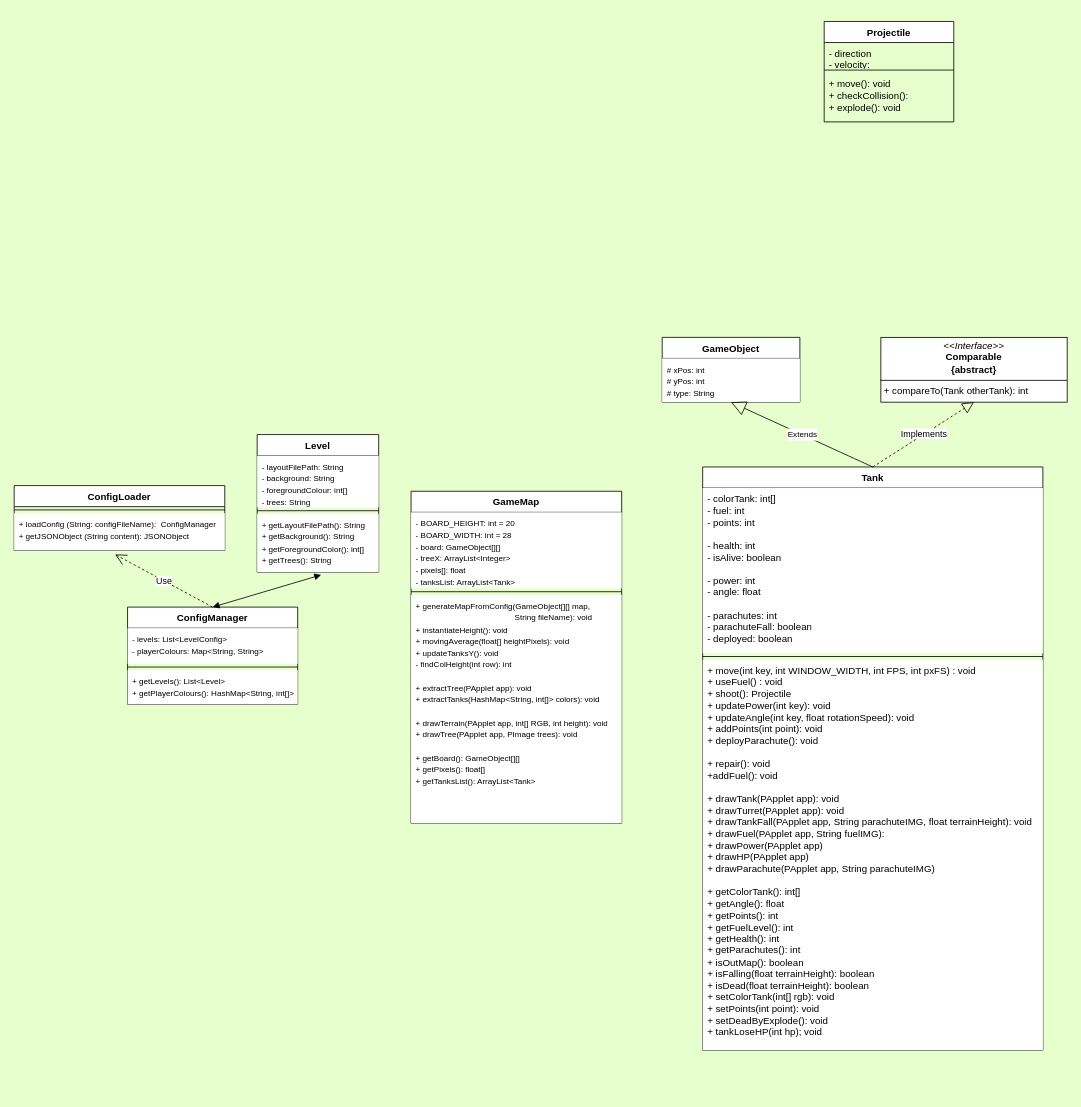
The draw.io diagram Tanks Layout.drawio in NguyenChHieu/Tanks, before the edit. Source tidied: cells renumbered, new cells numbered last; positions are measured from the earlier drawing's top-left corner, leaving out a move shared by most shapes. Both pictures are drawn from the tidied source at 81%, with x=0, y=0 at pixel (14, 21).
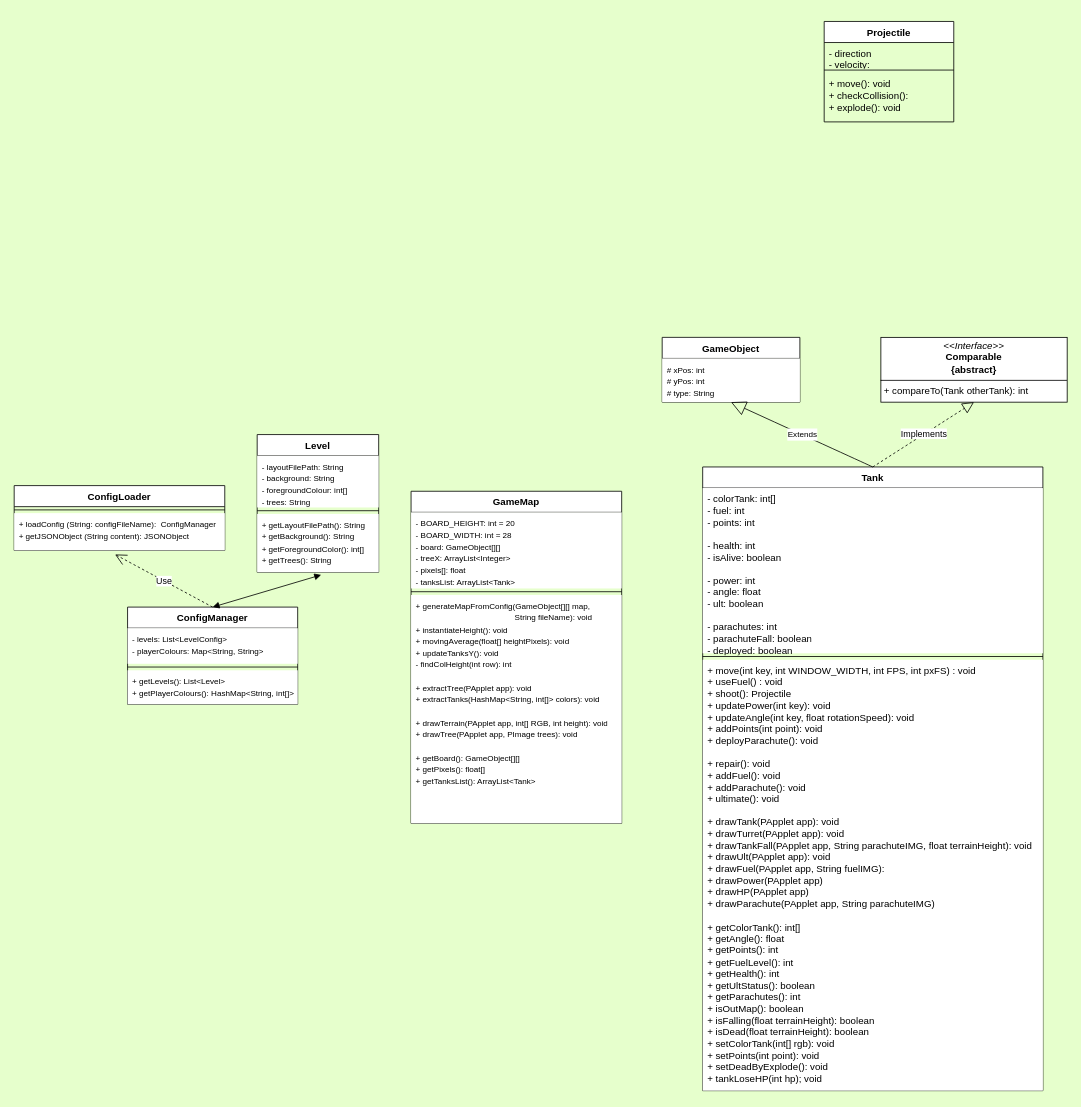
Above is the later version.

What changed in the source:
```diff
@@
     <mxCell id="2" value="Tank" style="swimlane;fontStyle=1;align=center;verticalAlign=top;horizontal=1;startSize=26;whiteSpace=wrap;html=1;" parent="1" vertex="1">
-      <mxGeometry x="850" y="550" width="420" height="720" as="geometry" />
+      <mxGeometry x="850" y="550" width="420" height="770" as="geometry" />
     </mxCell>
-    <mxCell id="3" value="&lt;div&gt;- colorTank: int[]&lt;/div&gt;&lt;div&gt;- fuel: int&lt;/div&gt;&lt;div&gt;- points: int&lt;/div&gt;&lt;div&gt;&lt;br&gt;&lt;/div&gt;&lt;div&gt;- health: int&lt;/div&gt;&lt;div&gt;- isAlive: boolean&lt;/div&gt;&lt;div&gt;&lt;br&gt;&lt;/div&gt;&lt;div&gt;- power: int&lt;/div&gt;&lt;div&gt;- angle: float&lt;/div&gt;&lt;div&gt;&lt;br&gt;&lt;/div&gt;&lt;div&gt;- parachutes: int&lt;/div&gt;&lt;div&gt;- parachuteFall: boolean&lt;/div&gt;&lt;div&gt;- deployed: boolean&lt;/div&gt;" style="text;strokeColor=none;fillColor=default;align=left;verticalAlign=top;spacingLeft=4;spacingRight=4;overflow=hidden;whiteSpace=wrap;html=1;" parent="2" vertex="1">
+    <mxCell id="3" value="&lt;div&gt;- colorTank: int[]&lt;/div&gt;&lt;div&gt;- fuel: int&lt;/div&gt;&lt;div&gt;- points: int&lt;/div&gt;&lt;div&gt;&lt;br&gt;&lt;/div&gt;&lt;div&gt;- health: int&lt;/div&gt;&lt;div&gt;- isAlive: boolean&lt;/div&gt;&lt;div&gt;&lt;br&gt;&lt;/div&gt;&lt;div&gt;- power: int&lt;/div&gt;&lt;div&gt;- angle: float&lt;/div&gt;&lt;div&gt;- ult: boolean&lt;/div&gt;&lt;div&gt;&lt;br&gt;&lt;/div&gt;&lt;div&gt;- parachutes: int&lt;/div&gt;&lt;div&gt;- parachuteFall: boolean&lt;/div&gt;&lt;div&gt;- deployed: boolean&lt;/div&gt;" style="text;strokeColor=none;fillColor=default;align=left;verticalAlign=top;spacingLeft=4;spacingRight=4;overflow=hidden;whiteSpace=wrap;html=1;" parent="2" vertex="1">
       <mxGeometry y="26" width="420" height="204" as="geometry" />
     </mxCell>
@@
-    <mxCell id="5" value="&lt;font style=&quot;font-size: 12px;&quot;&gt;+ &lt;font style=&quot;&quot;&gt;move(int key,&amp;nbsp;&lt;/font&gt;&lt;/font&gt;&lt;span style=&quot;background-color: initial;&quot;&gt;int WINDOW_WIDTH,&amp;nbsp;&lt;/span&gt;&lt;span style=&quot;background-color: initial;&quot;&gt;int FPS,&amp;nbsp;&lt;/span&gt;&lt;span style=&quot;background-color: initial;&quot;&gt;int pxFS) : void&lt;/span&gt;&lt;div&gt;&lt;div&gt;+ useFuel() : void&lt;/div&gt;&lt;div&gt;+ shoot(): Projectile&lt;/div&gt;&lt;div&gt;&lt;div&gt;+ updatePower(int key): void&lt;/div&gt;&lt;/div&gt;&lt;div&gt;+ updateAngle(int key,&amp;nbsp;&lt;span style=&quot;background-color: initial;&quot;&gt;float rotationSpeed): void&lt;/span&gt;&lt;/div&gt;&lt;div&gt;+ addPoints(int point): void&lt;/div&gt;&lt;div&gt;+ deployParachute(): void&lt;/div&gt;&lt;div&gt;&lt;br&gt;&lt;/div&gt;&lt;div&gt;+ repair(): void&lt;/div&gt;&lt;div&gt;+addFuel(): void&lt;/div&gt;&lt;div&gt;&lt;br&gt;&lt;/div&gt;&lt;div&gt;+ drawTank(PApplet app): void&lt;/div&gt;&lt;/div&gt;&lt;div&gt;+ drawTurret(PApplet app): void&lt;/div&gt;&lt;div&gt;+ drawTankFall(PApplet app,&amp;nbsp;&lt;span style=&quot;background-color: initial;&quot;&gt;String parachuteIMG,&amp;nbsp;&lt;/span&gt;&lt;span style=&quot;background-color: initial;&quot;&gt;float terrainHeight): void&lt;/span&gt;&lt;/div&gt;&lt;div&gt;+ drawFuel(PApplet app,&amp;nbsp;&lt;span style=&quot;background-color: initial;&quot;&gt;String fuelIMG):&amp;nbsp;&lt;/span&gt;&lt;/div&gt;&lt;div&gt;+ drawPower(PApplet app)&lt;/div&gt;&lt;div&gt;+ drawHP(PApplet app)&lt;/div&gt;&lt;div&gt;+ drawParachute(PApplet app, String&amp;nbsp;&lt;span style=&quot;background-color: initial;&quot;&gt;parachuteIMG&lt;/span&gt;&lt;span style=&quot;background-color: initial;&quot;&gt;)&lt;/span&gt;&lt;/div&gt;&lt;div&gt;&lt;br&gt;&lt;/div&gt;&lt;div&gt;+ getColorTank(): int[]&lt;/div&gt;&lt;div&gt;+ getAngle(): float&lt;/div&gt;&lt;div&gt;+ getPoints(): int&lt;/div&gt;&lt;div&gt;+ getFuelLevel(): int&lt;/div&gt;&lt;div&gt;+ getHealth(): int&lt;/div&gt;&lt;div&gt;+ getParachutes(): int&lt;/div&gt;&lt;div&gt;+ isOutMap(): boolean&lt;/div&gt;&lt;div&gt;+ isFalling(float terrainHeight): boolean&lt;/div&gt;&lt;div&gt;+ isDead(&lt;span style=&quot;background-color: initial;&quot;&gt;float terrainHeight&lt;/span&gt;&lt;span style=&quot;background-color: initial;&quot;&gt;): boolean&lt;/span&gt;&lt;/div&gt;&lt;div&gt;+ setColorTank(int[] rgb): void&lt;/div&gt;&lt;div&gt;+ setPoints(int point): void&lt;/div&gt;&lt;div&gt;+ setDeadByExplode(): void&lt;/div&gt;&lt;div&gt;+ tankLoseHP(int hp); void&lt;/div&gt;&lt;div&gt;&lt;br&gt;&lt;/div&gt;" style="text;strokeColor=none;fillColor=default;align=left;verticalAlign=top;spacingLeft=4;spacingRight=4;overflow=hidden;whiteSpace=wrap;html=1;" parent="2" vertex="1">
-      <mxGeometry y="238" width="420" height="482" as="geometry" />
+    <mxCell id="5" value="&lt;font style=&quot;font-size: 12px;&quot;&gt;+ &lt;font style=&quot;&quot;&gt;move(int key,&amp;nbsp;&lt;/font&gt;&lt;/font&gt;&lt;span style=&quot;background-color: initial;&quot;&gt;int WINDOW_WIDTH,&amp;nbsp;&lt;/span&gt;&lt;span style=&quot;background-color: initial;&quot;&gt;int FPS,&amp;nbsp;&lt;/span&gt;&lt;span style=&quot;background-color: initial;&quot;&gt;int pxFS) : void&lt;/span&gt;&lt;div&gt;&lt;div&gt;+ useFuel() : void&lt;/div&gt;&lt;div&gt;+ shoot(): Projectile&lt;/div&gt;&lt;div&gt;&lt;div&gt;+ updatePower(int key): void&lt;/div&gt;&lt;/div&gt;&lt;div&gt;+ updateAngle(int key,&amp;nbsp;&lt;span style=&quot;background-color: initial;&quot;&gt;float rotationSpeed): void&lt;/span&gt;&lt;/div&gt;&lt;div&gt;+ addPoints(int point): void&lt;/div&gt;&lt;div&gt;+ deployParachute(): void&lt;/div&gt;&lt;div&gt;&lt;br&gt;&lt;/div&gt;&lt;div&gt;+ repair(): void&lt;/div&gt;&lt;div&gt;+ addFuel(): void&lt;/div&gt;&lt;div&gt;+ addParachute(): void&lt;/div&gt;&lt;div&gt;+ ultimate(): void&lt;/div&gt;&lt;div&gt;&lt;br&gt;&lt;/div&gt;&lt;div&gt;+ drawTank(PApplet app): void&lt;/div&gt;&lt;/div&gt;&lt;div&gt;+ drawTurret(PApplet app): void&lt;/div&gt;&lt;div&gt;+ drawTankFall(PApplet app,&amp;nbsp;&lt;span style=&quot;background-color: initial;&quot;&gt;String parachuteIMG,&amp;nbsp;&lt;/span&gt;&lt;span style=&quot;background-color: initial;&quot;&gt;float terrainHeight): void&lt;/span&gt;&lt;/div&gt;&lt;div&gt;+ drawUlt(PApplet app): void&lt;/div&gt;&lt;div&gt;+ drawFuel(PApplet app,&amp;nbsp;&lt;span style=&quot;background-color: initial;&quot;&gt;String fuelIMG):&amp;nbsp;&lt;/span&gt;&lt;/div&gt;&lt;div&gt;+ drawPower(PApplet app)&lt;/div&gt;&lt;div&gt;+ drawHP(PApplet app)&lt;/div&gt;&lt;div&gt;+ drawParachute(PApplet app, String&amp;nbsp;&lt;span style=&quot;background-color: initial;&quot;&gt;parachuteIMG&lt;/span&gt;&lt;span style=&quot;background-color: initial;&quot;&gt;)&lt;/span&gt;&lt;/div&gt;&lt;div&gt;&lt;br&gt;&lt;/div&gt;&lt;div&gt;+ getColorTank(): int[]&lt;/div&gt;&lt;div&gt;+ getAngle(): float&lt;/div&gt;&lt;div&gt;+ getPoints(): int&lt;/div&gt;&lt;div&gt;+ getFuelLevel(): int&lt;/div&gt;&lt;div&gt;+ getHealth(): int&lt;/div&gt;&lt;div&gt;+ getUltStatus(): boolean&lt;/div&gt;&lt;div&gt;+ getParachutes(): int&lt;/div&gt;&lt;div&gt;+ isOutMap(): boolean&lt;/div&gt;&lt;div&gt;+ isFalling(float terrainHeight): boolean&lt;/div&gt;&lt;div&gt;+ isDead(&lt;span style=&quot;background-color: initial;&quot;&gt;float terrainHeight&lt;/span&gt;&lt;span style=&quot;background-color: initial;&quot;&gt;): boolean&lt;/span&gt;&lt;/div&gt;&lt;div&gt;+ setColorTank(int[] rgb): void&lt;/div&gt;&lt;div&gt;+ setPoints(int point): void&lt;/div&gt;&lt;div&gt;+ setDeadByExplode(): void&lt;/div&gt;&lt;div&gt;+ tankLoseHP(int hp); void&lt;/div&gt;&lt;div&gt;&lt;br&gt;&lt;/div&gt;" style="text;strokeColor=none;fillColor=default;align=left;verticalAlign=top;spacingLeft=4;spacingRight=4;overflow=hidden;whiteSpace=wrap;html=1;" parent="2" vertex="1">
+      <mxGeometry y="238" width="420" height="532" as="geometry" />
     </mxCell>
```
